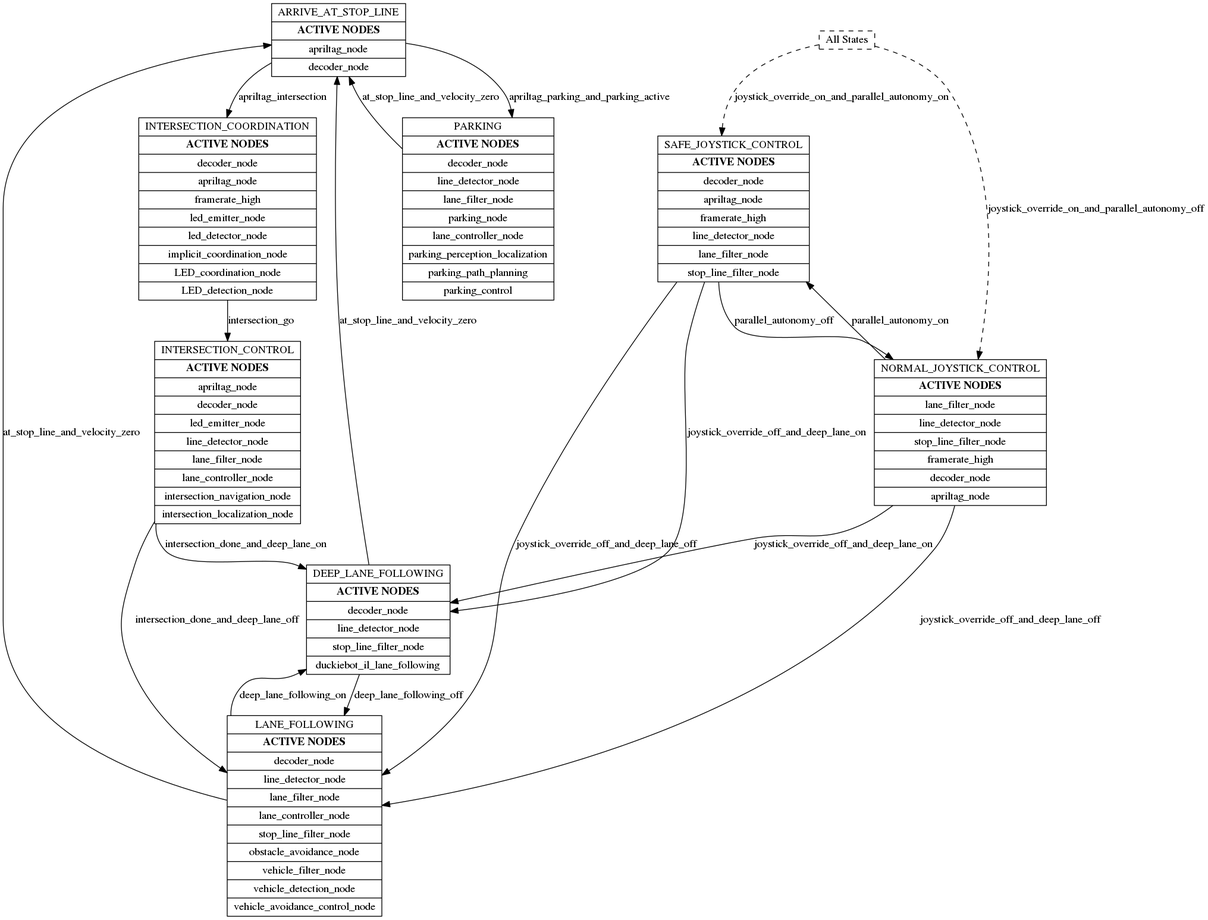
This is catkin_ws/src/00-infrastructure/ros_diagram/fsm_default_detailed.png from spadma3/duck, a Graphviz export, as it was before one commit. Its source is kept beside it as catkin_ws/src/00-infrastructure/ros_diagram/fsm_default_detailed.dot.
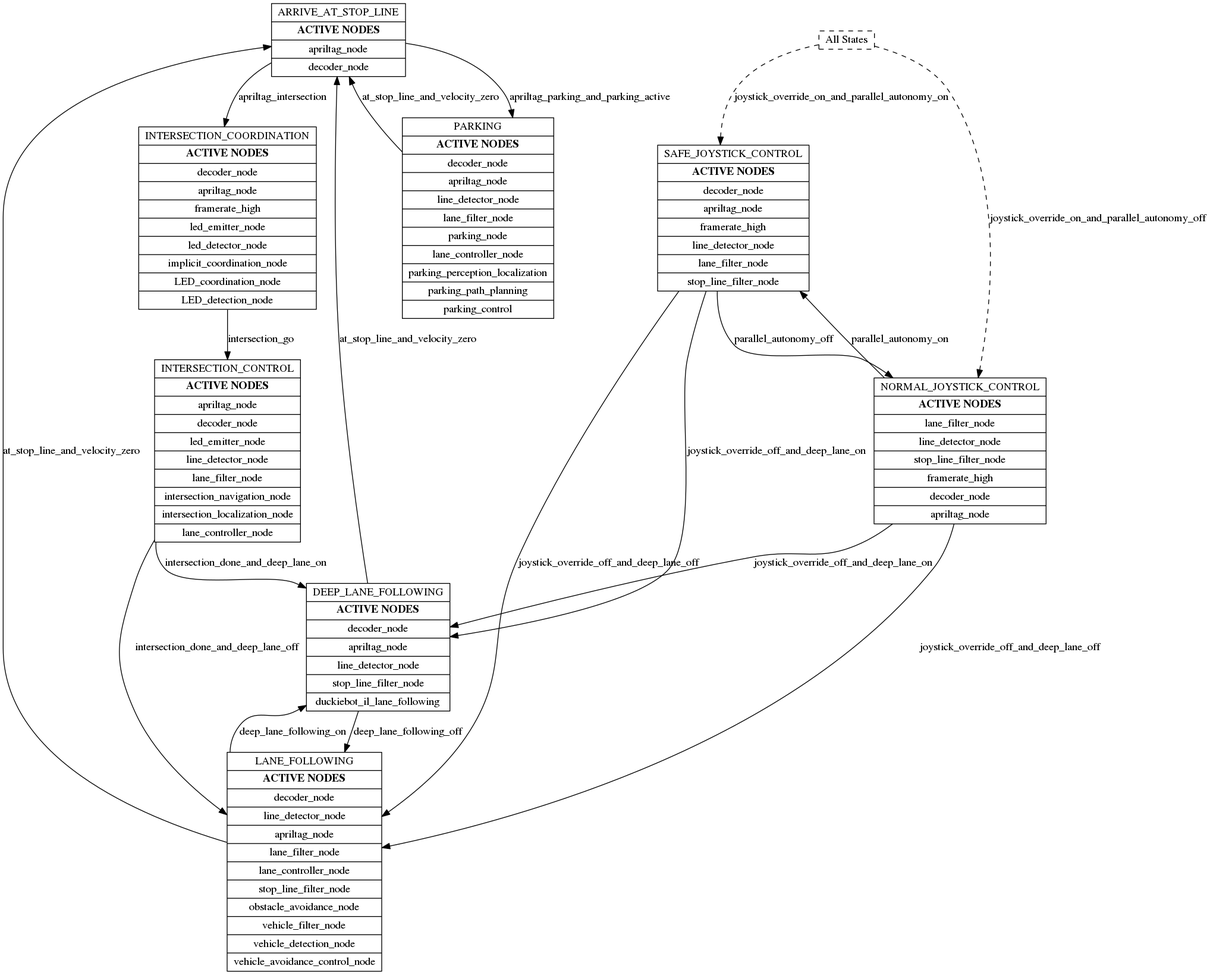
The same file after the commit.

Commit message:
spelling mistake of apriltags node name in fsm default.yaml

The edit, as a diff of the source:
```diff
@@ -1,13 +1,13 @@
 digraph {
 	node [height=.1 shape=record]
 	ARRIVE_AT_STOP_LINE [label=<{ ARRIVE_AT_STOP_LINE | <B> ACTIVE NODES </B> | apriltag_node | decoder_node }> color=black fontcolor=black]
-	INTERSECTION_CONTROL [label=<{ INTERSECTION_CONTROL | <B> ACTIVE NODES </B> | apriltag_node | decoder_node | led_emitter_node | line_detector_node | lane_filter_node | lane_controller_node | intersection_navigation_node | intersection_localization_node }> color=black fontcolor=black]
+	INTERSECTION_CONTROL [label=<{ INTERSECTION_CONTROL | <B> ACTIVE NODES </B> | apriltag_node | decoder_node | led_emitter_node | line_detector_node | lane_filter_node | intersection_navigation_node | intersection_localization_node | lane_controller_node }> color=black fontcolor=black]
 	INTERSECTION_COORDINATION [label=<{ INTERSECTION_COORDINATION | <B> ACTIVE NODES </B> | decoder_node | apriltag_node | framerate_high | led_emitter_node | led_detector_node | implicit_coordination_node | LED_coordination_node | LED_detection_node }> color=black fontcolor=black]
-	DEEP_LANE_FOLLOWING [label=<{ DEEP_LANE_FOLLOWING | <B> ACTIVE NODES </B> | decoder_node | line_detector_node | stop_line_filter_node | duckiebot_il_lane_following }>]
-	PARKING [label=<{ PARKING | <B> ACTIVE NODES </B> | decoder_node | line_detector_node | lane_filter_node | parking_node | lane_controller_node | parking_perception_localization | parking_path_planning | parking_control }> color=black fontcolor=black]
+	DEEP_LANE_FOLLOWING [label=<{ DEEP_LANE_FOLLOWING | <B> ACTIVE NODES </B> | decoder_node | apriltag_node | line_detector_node | stop_line_filter_node | duckiebot_il_lane_following }>]
+	PARKING [label=<{ PARKING | <B> ACTIVE NODES </B> | decoder_node | apriltag_node | line_detector_node | lane_filter_node | parking_node | lane_controller_node | parking_perception_localization | parking_path_planning | parking_control }> color=black fontcolor=black]
 	SAFE_JOYSTICK_CONTROL [label=<{ SAFE_JOYSTICK_CONTROL | <B> ACTIVE NODES </B> | decoder_node | apriltag_node | framerate_high | line_detector_node | lane_filter_node | stop_line_filter_node }> color=black fontcolor=black]
 	NORMAL_JOYSTICK_CONTROL [label=<{ NORMAL_JOYSTICK_CONTROL | <B> ACTIVE NODES </B> | lane_filter_node | line_detector_node | stop_line_filter_node | framerate_high | decoder_node | apriltag_node }> color=black fontcolor=black]
-	LANE_FOLLOWING [label=<{ LANE_FOLLOWING | <B> ACTIVE NODES </B> | decoder_node | line_detector_node | lane_filter_node | lane_controller_node | stop_line_filter_node | obstacle_avoidance_node | vehicle_filter_node | vehicle_detection_node | vehicle_avoidance_control_node }> color=black fontcolor=black]
+	LANE_FOLLOWING [label=<{ LANE_FOLLOWING | <B> ACTIVE NODES </B> | decoder_node | line_detector_node | apriltag_node | lane_filter_node | lane_controller_node | stop_line_filter_node | obstacle_avoidance_node | vehicle_filter_node | vehicle_detection_node | vehicle_avoidance_control_node }> color=black fontcolor=black]
 	ARRIVE_AT_STOP_LINE -> PARKING [label=apriltag_parking_and_parking_active color=black fontcolor=black]
 	ARRIVE_AT_STOP_LINE -> INTERSECTION_COORDINATION [label=apriltag_intersection color=black fontcolor=black]
 	INTERSECTION_CONTROL -> DEEP_LANE_FOLLOWING [label=intersection_done_and_deep_lane_on color=black fontcolor=black]
```
